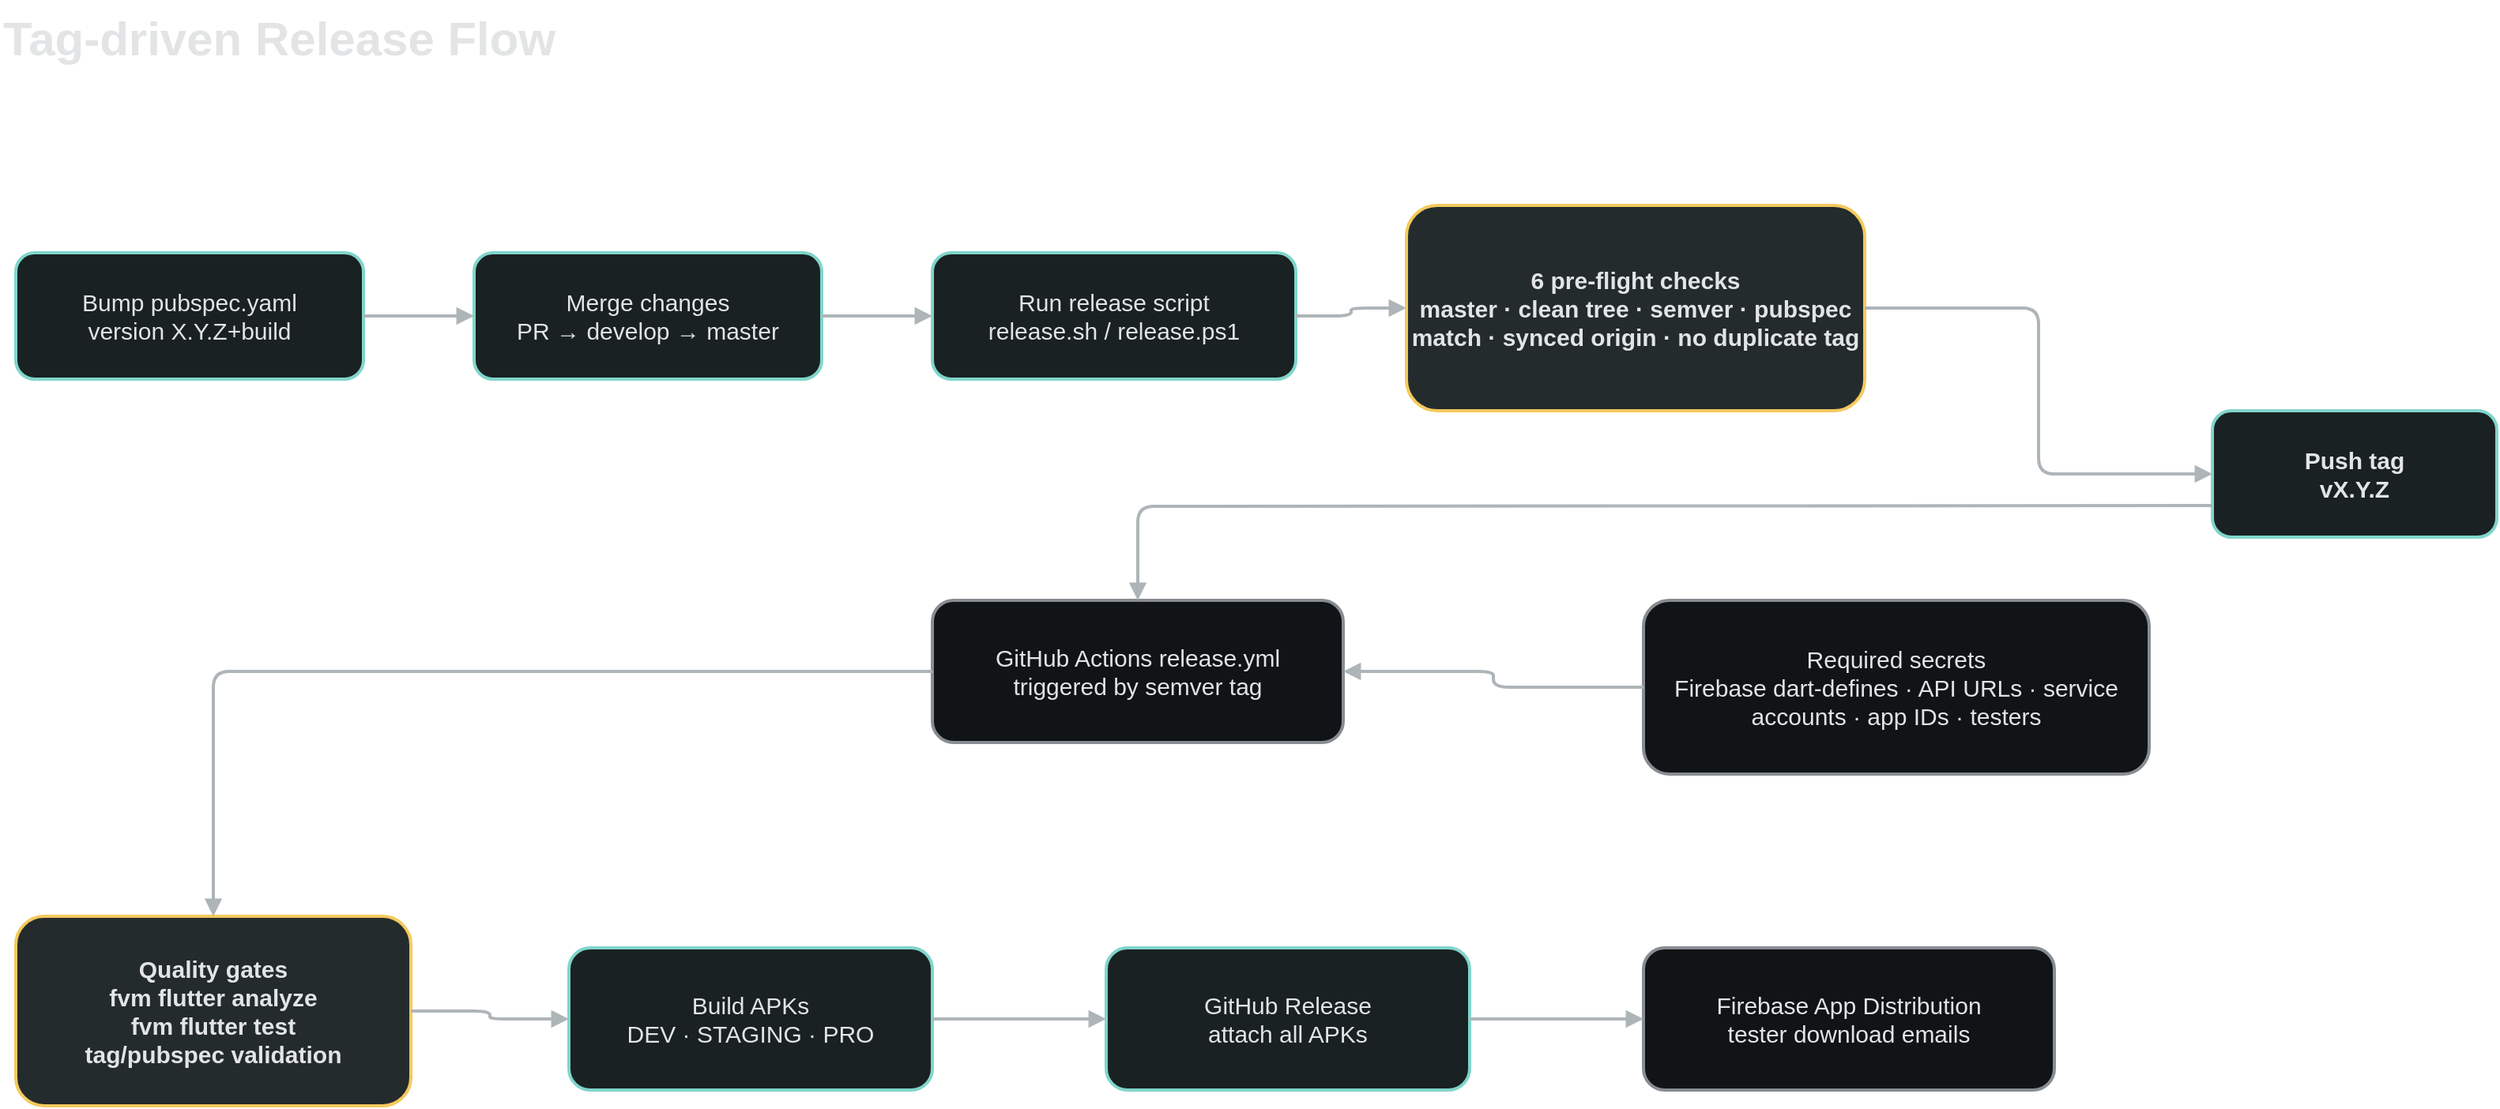
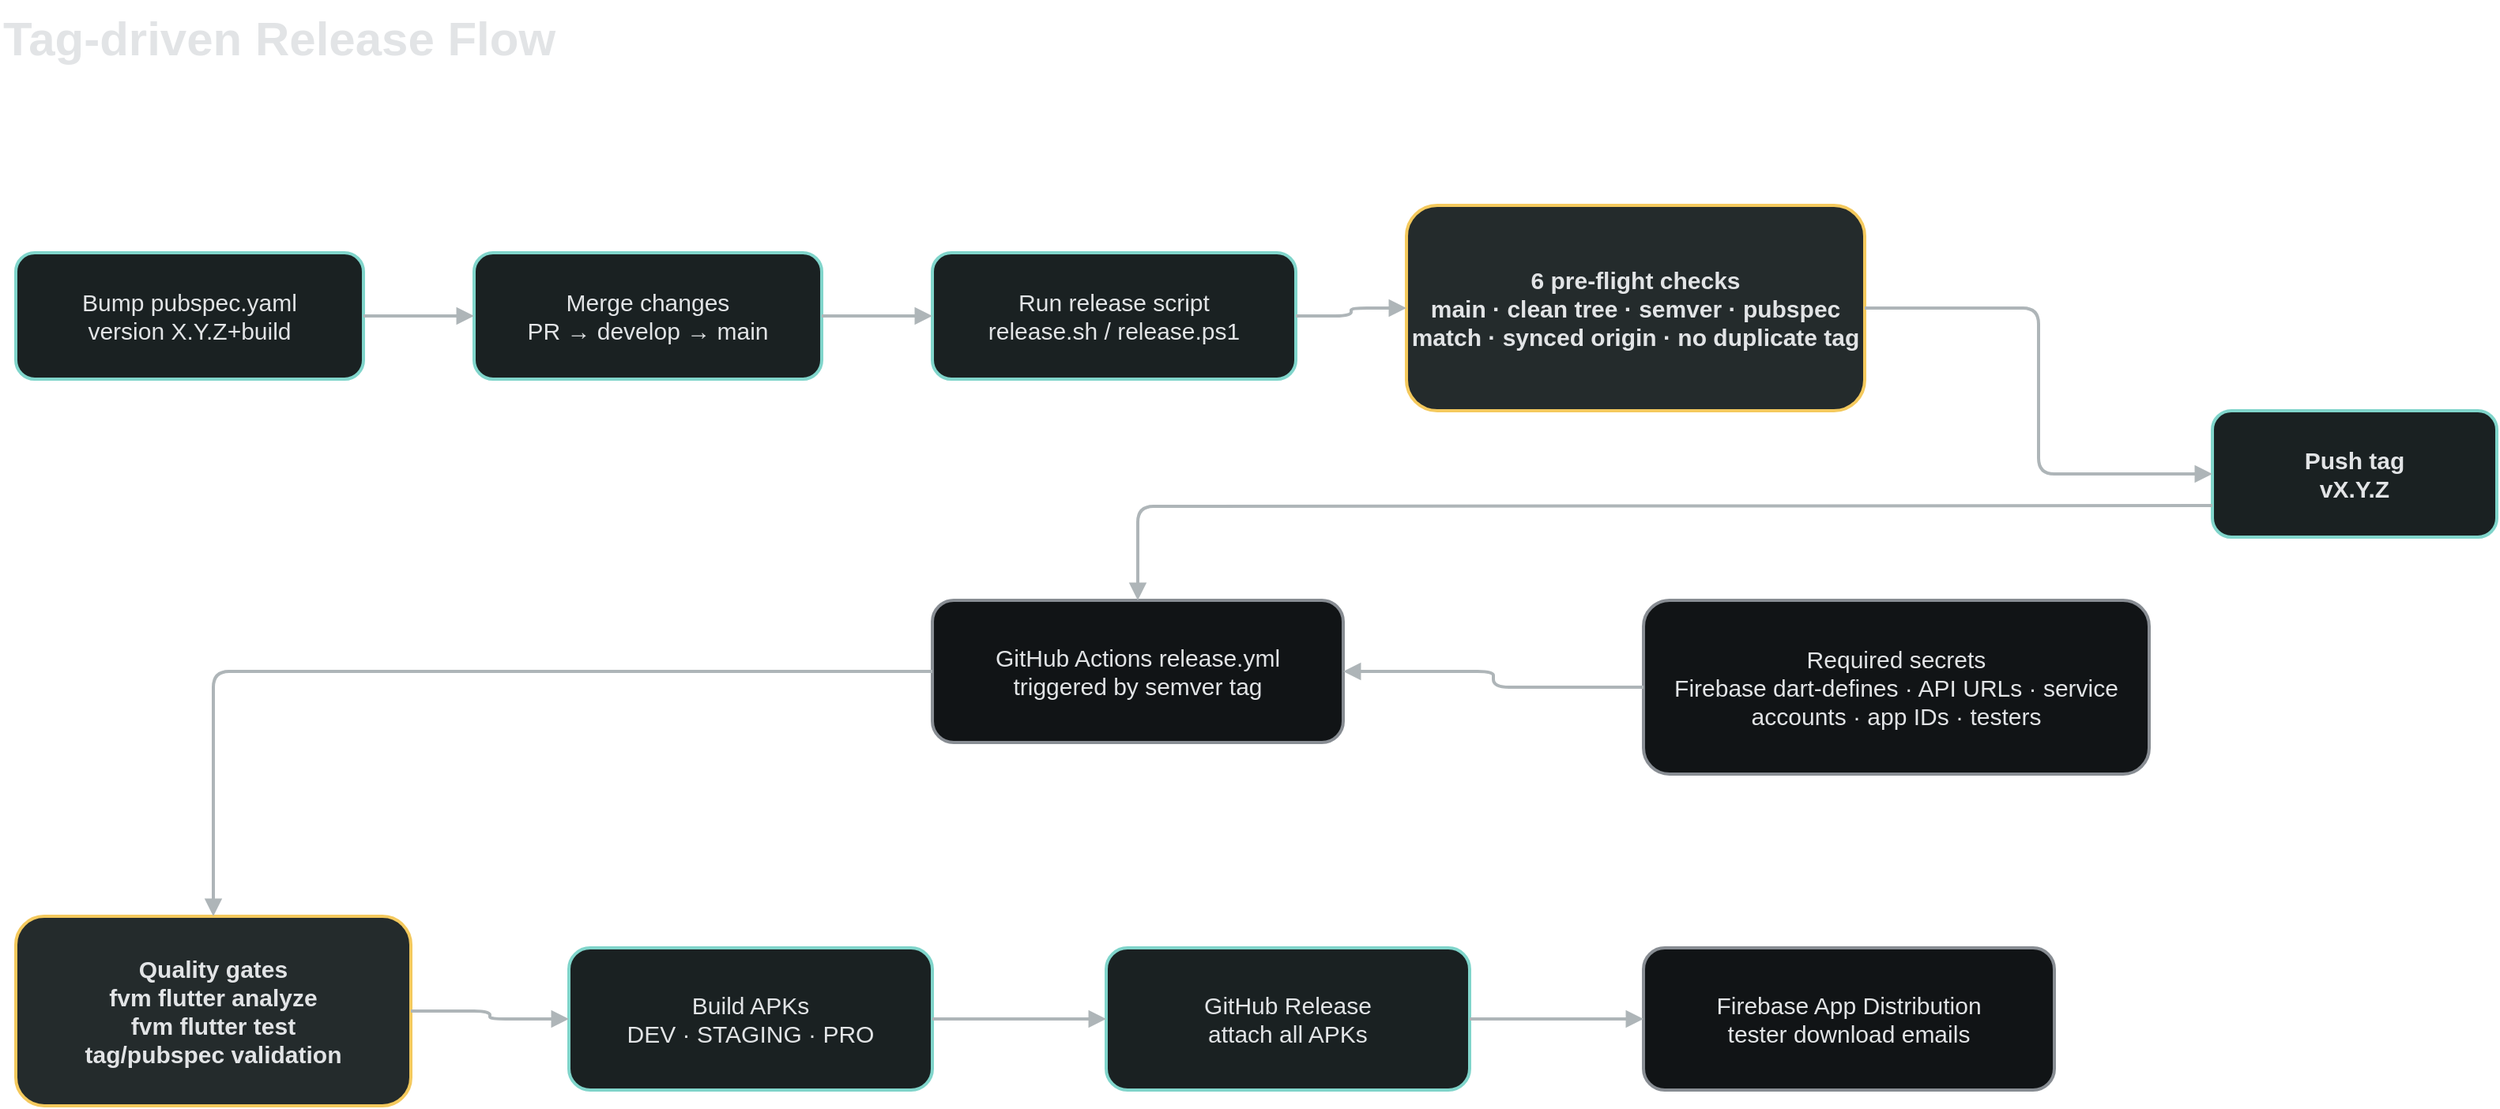
<mxfile host="app.diagrams.net" agent="OpenCode">
  <diagram id="release-flow" name="Release Flow">
    <mxGraphModel dx="1637" dy="788" grid="1" gridSize="10" guides="1" tooltips="1" connect="1" arrows="1" fold="1" page="1" pageScale="1" pageWidth="1700" pageHeight="1000" math="0" shadow="0">
      <root>
        <mxCell id="0" />
        <mxCell id="1" parent="0" />
        <mxCell id="title" parent="1" style="text;html=1;strokeColor=none;fillColor=none;fontSize=30;fontStyle=1;fontColor=#E2E4E6;align=left;" value="Tag-driven Release Flow" vertex="1">
          <mxGeometry height="44" width="520" x="60" y="40" as="geometry" />
        </mxCell>
        <mxCell id="version" parent="1" style="rounded=1;whiteSpace=wrap;html=1;fillColor=#1A2122;strokeColor=#80D5CB;strokeWidth=2;fontColor=#E2E4E6;fontSize=15;" value="Bump pubspec.yaml&#xa;version X.Y.Z+build" vertex="1">
          <mxGeometry height="80" width="220" x="70" y="200" as="geometry" />
        </mxCell>
-         <mxCell id="merge" parent="1" style="rounded=1;whiteSpace=wrap;html=1;fillColor=#1A2122;strokeColor=#80D5CB;strokeWidth=2;fontColor=#E2E4E6;fontSize=15;" value="Merge changes&#xa;PR → develop → master" vertex="1">
+         <mxCell id="merge" parent="1" style="rounded=1;whiteSpace=wrap;html=1;fillColor=#1A2122;strokeColor=#80D5CB;strokeWidth=2;fontColor=#E2E4E6;fontSize=15;" value="Merge changes&#xa;PR → develop → main" vertex="1">
          <mxGeometry height="80" width="220" x="360" y="200" as="geometry" />
        </mxCell>
        <mxCell id="script" parent="1" style="rounded=1;whiteSpace=wrap;html=1;fillColor=#1A2122;strokeColor=#80D5CB;strokeWidth=2;fontColor=#E2E4E6;fontSize=15;" value="Run release script&#xa;release.sh / release.ps1" vertex="1">
          <mxGeometry height="80" width="230" x="650" y="200" as="geometry" />
        </mxCell>
-         <mxCell id="checks" parent="1" style="rounded=1;whiteSpace=wrap;html=1;fillColor=#242B2C;strokeColor=#F4C95D;strokeWidth=2;fontColor=#E2E4E6;fontSize=15;fontStyle=1;" value="6 pre-flight checks&#xa;master · clean tree · semver · pubspec match · synced origin · no duplicate tag" vertex="1">
+         <mxCell id="checks" parent="1" style="rounded=1;whiteSpace=wrap;html=1;fillColor=#242B2C;strokeColor=#F4C95D;strokeWidth=2;fontColor=#E2E4E6;fontSize=15;fontStyle=1;" value="6 pre-flight checks&#xa;main · clean tree · semver · pubspec match · synced origin · no duplicate tag" vertex="1">
          <mxGeometry height="130" width="290" x="950" y="170" as="geometry" />
        </mxCell>
        <mxCell id="tag" parent="1" style="rounded=1;whiteSpace=wrap;html=1;fillColor=#1A2122;strokeColor=#80D5CB;strokeWidth=2;fontColor=#E2E4E6;fontSize=15;fontStyle=1;" value="Push tag&#xa;vX.Y.Z" vertex="1">
          <mxGeometry height="80" width="180" x="1460" y="300" as="geometry" />
        </mxCell>
        <mxCell id="workflow" parent="1" style="rounded=1;whiteSpace=wrap;html=1;fillColor=#111416;strokeColor=#888D93;strokeWidth=2;fontColor=#E2E4E6;fontSize=15;" value="GitHub Actions release.yml&#xa;triggered by semver tag" vertex="1">
          <mxGeometry height="90" width="260" x="650" y="420" as="geometry" />
        </mxCell>
        <mxCell id="quality" parent="1" style="rounded=1;whiteSpace=wrap;html=1;fillColor=#242B2C;strokeColor=#F4C95D;strokeWidth=2;fontColor=#E2E4E6;fontSize=15;fontStyle=1;" value="Quality gates&#xa;fvm flutter analyze&#xa;fvm flutter test&#xa;tag/pubspec validation" vertex="1">
          <mxGeometry height="120" width="250" x="70" y="620" as="geometry" />
        </mxCell>
        <mxCell id="builds" parent="1" style="rounded=1;whiteSpace=wrap;html=1;fillColor=#1A2122;strokeColor=#80D5CB;strokeWidth=2;fontColor=#E2E4E6;fontSize=15;" value="Build APKs&#xa;DEV · STAGING · PRO" vertex="1">
          <mxGeometry height="90" width="230" x="420" y="640" as="geometry" />
        </mxCell>
        <mxCell id="ghRelease" parent="1" style="rounded=1;whiteSpace=wrap;html=1;fillColor=#1A2122;strokeColor=#80D5CB;strokeWidth=2;fontColor=#E2E4E6;fontSize=15;" value="GitHub Release&#xa;attach all APKs" vertex="1">
          <mxGeometry height="90" width="230" x="760" y="640" as="geometry" />
        </mxCell>
        <mxCell id="firebase" parent="1" style="rounded=1;whiteSpace=wrap;html=1;fillColor=#111416;strokeColor=#888D93;strokeWidth=2;fontColor=#E2E4E6;fontSize=15;" value="Firebase App Distribution&#xa;tester download emails" vertex="1">
          <mxGeometry height="90" width="260" x="1100" y="640" as="geometry" />
        </mxCell>
        <mxCell id="secrets" parent="1" style="rounded=1;whiteSpace=wrap;html=1;fillColor=#111416;strokeColor=#888D93;strokeWidth=2;fontColor=#E2E4E6;fontSize=15;" value="Required secrets&#xa;Firebase dart-defines · API URLs · service accounts · app IDs · testers" vertex="1">
          <mxGeometry height="110" width="320" x="1100" y="420" as="geometry" />
        </mxCell>
        <mxCell id="e1" edge="1" parent="1" source="version" style="edgeStyle=orthogonalEdgeStyle;strokeColor=#AEB5B8;strokeWidth=2;endArrow=block;endFill=1;" target="merge">
          <mxGeometry relative="1" as="geometry" />
        </mxCell>
        <mxCell id="e2" edge="1" parent="1" source="merge" style="edgeStyle=orthogonalEdgeStyle;strokeColor=#AEB5B8;strokeWidth=2;endArrow=block;endFill=1;" target="script">
          <mxGeometry relative="1" as="geometry" />
        </mxCell>
        <mxCell id="e3" edge="1" parent="1" source="script" style="edgeStyle=orthogonalEdgeStyle;strokeColor=#AEB5B8;strokeWidth=2;endArrow=block;endFill=1;" target="checks">
          <mxGeometry relative="1" as="geometry" />
        </mxCell>
        <mxCell id="e4" edge="1" parent="1" source="checks" style="edgeStyle=orthogonalEdgeStyle;strokeColor=#AEB5B8;strokeWidth=2;endArrow=block;endFill=1;" target="tag">
          <mxGeometry relative="1" as="geometry" />
        </mxCell>
        <mxCell id="e5" edge="1" parent="1" style="edgeStyle=orthogonalEdgeStyle;strokeColor=#AEB5B8;strokeWidth=2;endArrow=block;endFill=1;entryX=0.5;entryY=0;entryDx=0;entryDy=0;" target="workflow">
          <mxGeometry relative="1" as="geometry">
            <mxPoint x="1460" y="360" as="sourcePoint" />
            <mxPoint x="780" y="440" as="targetPoint" />
          </mxGeometry>
        </mxCell>
        <mxCell id="e6" edge="1" parent="1" source="workflow" style="edgeStyle=orthogonalEdgeStyle;strokeColor=#AEB5B8;strokeWidth=2;endArrow=block;endFill=1;" target="quality">
          <mxGeometry relative="1" as="geometry" />
        </mxCell>
        <mxCell id="e7" edge="1" parent="1" source="quality" style="edgeStyle=orthogonalEdgeStyle;strokeColor=#AEB5B8;strokeWidth=2;endArrow=block;endFill=1;" target="builds">
          <mxGeometry relative="1" as="geometry" />
        </mxCell>
        <mxCell id="e8" edge="1" parent="1" source="builds" style="edgeStyle=orthogonalEdgeStyle;strokeColor=#AEB5B8;strokeWidth=2;endArrow=block;endFill=1;" target="ghRelease">
          <mxGeometry relative="1" as="geometry" />
        </mxCell>
        <mxCell id="e9" edge="1" parent="1" source="ghRelease" style="edgeStyle=orthogonalEdgeStyle;strokeColor=#AEB5B8;strokeWidth=2;endArrow=block;endFill=1;" target="firebase">
          <mxGeometry relative="1" as="geometry" />
        </mxCell>
        <mxCell id="e10" edge="1" parent="1" source="secrets" style="edgeStyle=orthogonalEdgeStyle;strokeColor=#AEB5B8;strokeWidth=2;endArrow=block;endFill=1;" target="workflow">
          <mxGeometry relative="1" as="geometry" />
        </mxCell>
      </root>
    </mxGraphModel>
  </diagram>
</mxfile>
